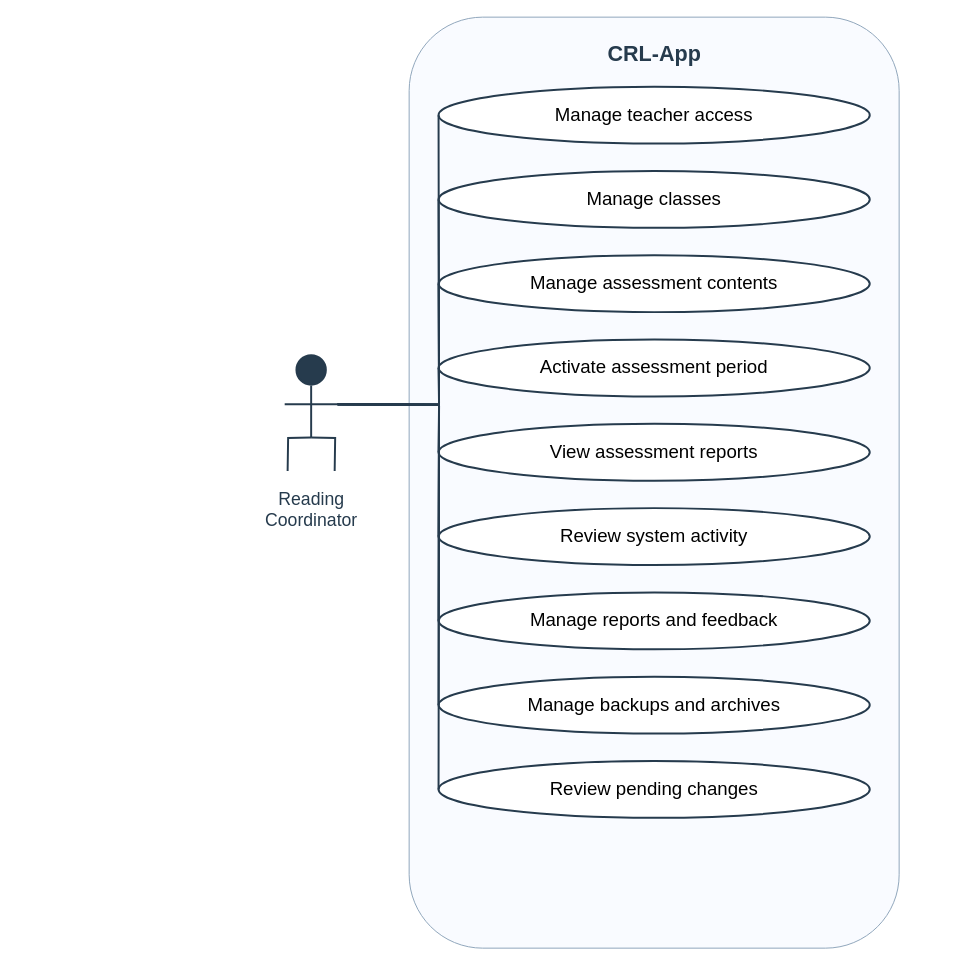
Above: docs/diagrams/class-workspaces/figure-07-admin-use-cases.drawio in AkuSayangKamuJudaSayang/crl-app (draw.io), before the change. Source tidied: cells renumbered, new cells numbered last; positions are measured from the earlier drawing's top-left corner, leaving out a move shared by most shapes. Both pictures are drawn from the tidied source at 98%, with x=0, y=0 at pixel (17, 17).
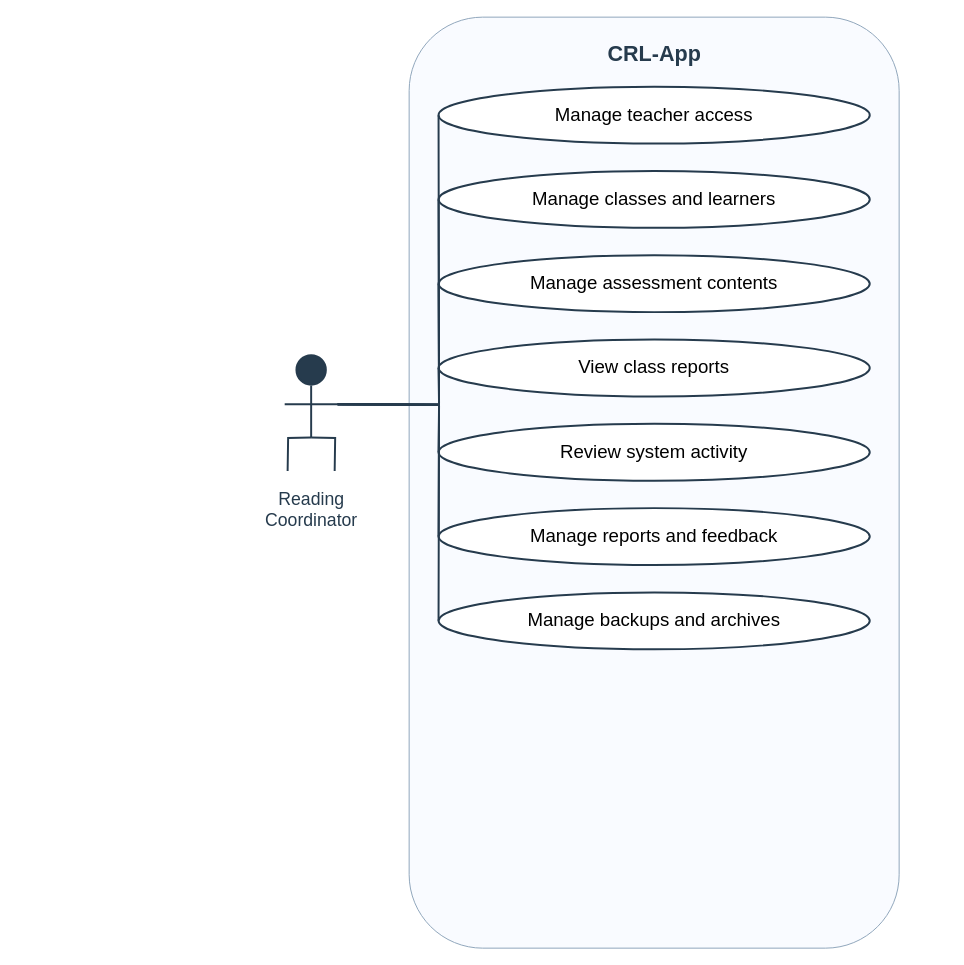
The same page after the edit.

The edit, as a diff of the source:
```diff
@@
-    <mxCell id="5" value="Manage classes" style="rounded=1;whiteSpace=wrap;html=1;fillColor=#ffffff;strokeColor=#263b4d;strokeWidth=2;fontSize=19;shape=ellipse;" parent="1" vertex="1">
+    <mxCell id="5" value="Manage classes and learners" style="rounded=1;whiteSpace=wrap;html=1;fillColor=#ffffff;strokeColor=#263b4d;strokeWidth=2;fontSize=19;shape=ellipse;" parent="1" vertex="1">
       <mxGeometry x="430" y="157" width="440" height="58" as="geometry" />
     </mxCell>
@@
-    <mxCell id="7" value="Activate assessment period" style="rounded=1;whiteSpace=wrap;html=1;fillColor=#ffffff;strokeColor=#263b4d;strokeWidth=2;fontSize=19;shape=ellipse;" parent="1" vertex="1">
+    <mxCell id="7" value="View class reports" style="rounded=1;whiteSpace=wrap;html=1;fillColor=#ffffff;strokeColor=#263b4d;strokeWidth=2;fontSize=19;shape=ellipse;" parent="1" vertex="1">
       <mxGeometry x="430" y="329" width="440" height="58" as="geometry" />
     </mxCell>
-    <mxCell id="8" value="View assessment reports" style="rounded=1;whiteSpace=wrap;html=1;fillColor=#ffffff;strokeColor=#263b4d;strokeWidth=2;fontSize=19;shape=ellipse;" parent="1" vertex="1">
+    <mxCell id="8" value="Review system activity" style="rounded=1;whiteSpace=wrap;html=1;fillColor=#ffffff;strokeColor=#263b4d;strokeWidth=2;fontSize=19;shape=ellipse;" parent="1" vertex="1">
       <mxGeometry x="430" y="415" width="440" height="58" as="geometry" />
     </mxCell>
-    <mxCell id="9" value="Review system activity" style="rounded=1;whiteSpace=wrap;html=1;fillColor=#ffffff;strokeColor=#263b4d;strokeWidth=2;fontSize=19;shape=ellipse;" parent="1" vertex="1">
+    <mxCell id="9" value="Manage reports and feedback" style="rounded=1;whiteSpace=wrap;html=1;fillColor=#ffffff;strokeColor=#263b4d;strokeWidth=2;fontSize=19;shape=ellipse;" parent="1" vertex="1">
       <mxGeometry x="430" y="501" width="440" height="58" as="geometry" />
     </mxCell>
-    <mxCell id="10" value="Manage reports and feedback" style="rounded=1;whiteSpace=wrap;html=1;fillColor=#ffffff;strokeColor=#263b4d;strokeWidth=2;fontSize=19;shape=ellipse;" parent="1" vertex="1">
+    <mxCell id="10" value="Manage backups and archives" style="rounded=1;whiteSpace=wrap;html=1;fillColor=#ffffff;strokeColor=#263b4d;strokeWidth=2;fontSize=19;shape=ellipse;" parent="1" vertex="1">
       <mxGeometry x="430" y="587" width="440" height="58" as="geometry" />
     </mxCell>
-    <mxCell id="11" value="Manage backups and archives" style="rounded=1;whiteSpace=wrap;html=1;fillColor=#ffffff;strokeColor=#263b4d;strokeWidth=2;fontSize=19;shape=ellipse;" parent="1" vertex="1">
-      <mxGeometry x="430" y="673" width="440" height="58" as="geometry" />
-    </mxCell>
-    <mxCell id="12" value="Review pending changes" style="rounded=1;whiteSpace=wrap;html=1;fillColor=#ffffff;strokeColor=#263b4d;strokeWidth=2;fontSize=19;shape=ellipse;" parent="1" vertex="1">
-      <mxGeometry x="430" y="759" width="440" height="58" as="geometry" />
-    </mxCell>
@@
-    <mxCell id="26" style="edgeStyle=orthogonalEdgeStyle;rounded=0;html=1;endArrow=none;strokeColor=#263b4d;strokeWidth=2;exitX=0.5;exitY=0.5;entryX=0.5;entryY=0.5;fontSize=18;labelBackgroundColor=#ffffff;" parent="1" edge="1">
-      <mxGeometry relative="1" as="geometry">
-        <mxPoint x="327" y="395" as="sourcePoint" />
-        <mxPoint x="430" y="702" as="targetPoint" />
-      </mxGeometry>
-    </mxCell>
-    <mxCell id="27" style="edgeStyle=orthogonalEdgeStyle;rounded=0;html=1;endArrow=none;strokeColor=#263b4d;strokeWidth=2;exitX=0.5;exitY=0.5;entryX=0.5;entryY=0.5;fontSize=18;labelBackgroundColor=#ffffff;" parent="1" edge="1">
-      <mxGeometry relative="1" as="geometry">
-        <mxPoint x="327" y="395" as="sourcePoint" />
-        <mxPoint x="430" y="788" as="targetPoint" />
-      </mxGeometry>
-    </mxCell>
```
